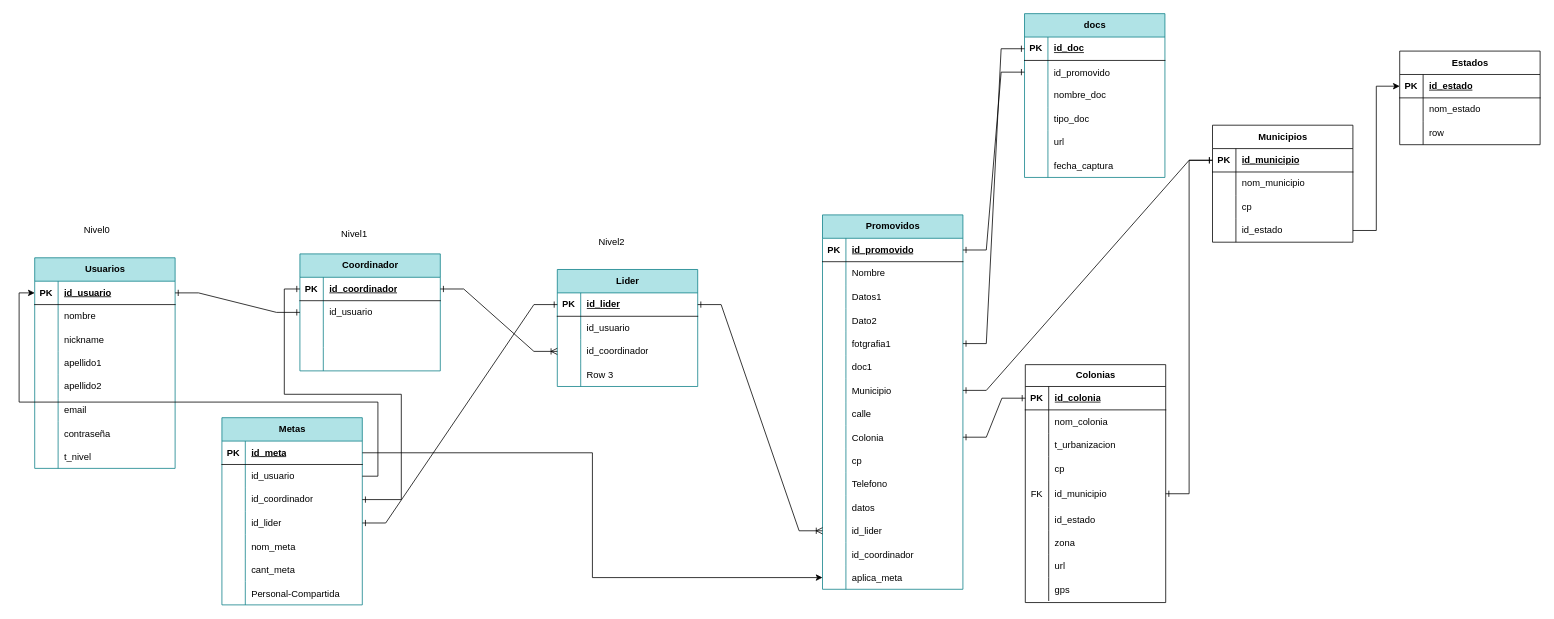
PatoArteaga/devsolutions.com.mx keeps this draw.io diagram as Fundacion/Resources/Modelo_ER.drawio. Above is the earlier version. Source tidied: cells renumbered, new cells numbered last; positions are measured from the earlier drawing's top-left corner, leaving out a move shared by most shapes. Both pictures are drawn from the tidied source at 78%, with x=0, y=0 at pixel (19, 13).
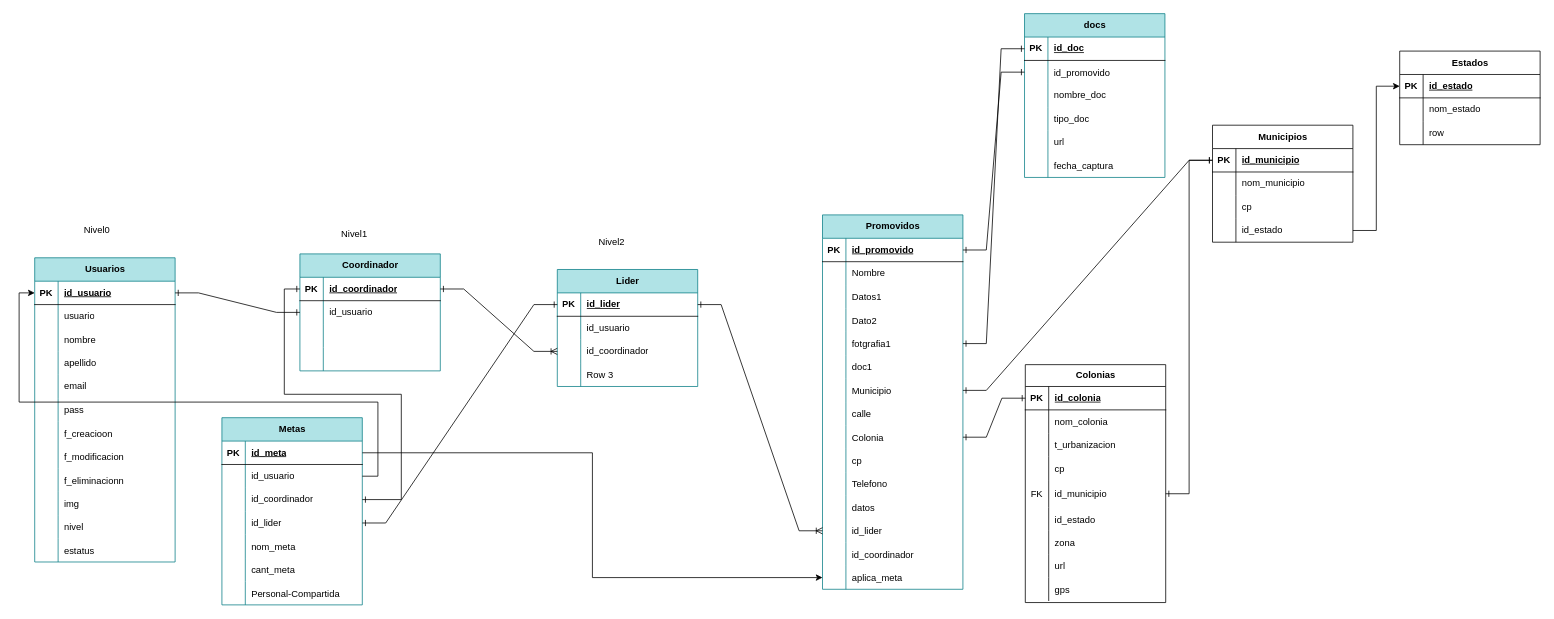
Above is the later version.

The change refers to these unchanged cells:
```xml
<mxCell id="6" style="shape=tableRow;horizontal=0;startSize=0;swimlaneHead=0;swimlaneBody=0;fillColor=none;top=0;left=0;right=0;bottom=0;" parent="2" vertex="1">
  <mxGeometry y="60" width="180" height="30" as="geometry" />
</mxCell>
<mxCell id="9" style="shape=tableRow;horizontal=0;startSize=0;swimlaneHead=0;swimlaneBody=0;fillColor=none;top=0;left=0;right=0;bottom=0;" parent="2" vertex="1">
  <mxGeometry y="90" width="180" height="30" as="geometry" />
</mxCell>
<mxCell id="12" style="shape=tableRow;horizontal=0;startSize=0;swimlaneHead=0;swimlaneBody=0;fillColor=none;top=0;left=0;right=0;bottom=0;" parent="2" vertex="1">
  <mxGeometry y="120" width="180" height="30" as="geometry" />
</mxCell>
<mxCell id="15" style="shape=tableRow;horizontal=0;startSize=0;swimlaneHead=0;swimlaneBody=0;fillColor=none;top=0;left=0;right=0;bottom=0;" parent="2" vertex="1">
  <mxGeometry y="150" width="180" height="30" as="geometry" />
</mxCell>
<mxCell id="18" style="shape=tableRow;horizontal=0;startSize=0;swimlaneHead=0;swimlaneBody=0;fillColor=none;top=0;left=0;right=0;bottom=0;" parent="2" vertex="1">
  <mxGeometry y="180" width="180" height="30" as="geometry" />
</mxCell>
<mxCell id="21" style="shape=tableRow;horizontal=0;startSize=0;swimlaneHead=0;swimlaneBody=0;fillColor=none;top=0;left=0;right=0;bottom=0;" parent="2" vertex="1">
  <mxGeometry y="210" width="180" height="30" as="geometry" />
</mxCell>
<mxCell id="24" style="shape=tableRow;horizontal=0;startSize=0;swimlaneHead=0;swimlaneBody=0;fillColor=none;top=0;left=0;right=0;bottom=0;" parent="2" vertex="1">
  <mxGeometry y="240" width="180" height="30" as="geometry" />
</mxCell>
```

Diff of the diagram source:
```diff
@@
     <mxCell id="2" value="Usuarios" style="shape=table;startSize=30;childLayout=tableLayout;rowLines=0;fontStyle=1;align=center;html=1;fillColor=#b0e3e6;strokeColor=#0e8088;gradientColor=none;" parent="1" vertex="1">
-      <mxGeometry x="20" y="313" width="180" height="270" as="geometry" />
+      <mxGeometry x="20" y="313" width="180" height="390" as="geometry" />
     </mxCell>
@@
-    <mxCell id="8" value="nombre" style="shape=partialRectangle;fillColor=none;top=0;left=0;bottom=0;right=0;align=left;spacingLeft=6;overflow=hidden;whiteSpace=wrap;html=1;" parent="6" vertex="1">
+    <mxCell id="8" value="usuario" style="shape=partialRectangle;fillColor=none;top=0;left=0;bottom=0;right=0;align=left;spacingLeft=6;overflow=hidden;whiteSpace=wrap;html=1;" parent="6" vertex="1">
       <mxGeometry x="30" width="150" height="30" as="geometry" />
     </mxCell>
@@
-    <mxCell id="11" value="nickname" style="shape=partialRectangle;fillColor=none;top=0;left=0;bottom=0;right=0;align=left;spacingLeft=6;overflow=hidden;" parent="9" vertex="1">
+    <mxCell id="11" value="nombre" style="shape=partialRectangle;fillColor=none;top=0;left=0;bottom=0;right=0;align=left;spacingLeft=6;overflow=hidden;" parent="9" vertex="1">
       <mxGeometry x="30" width="150" height="30" as="geometry" />
     </mxCell>
@@
-    <mxCell id="14" value="apellido1" style="shape=partialRectangle;fillColor=none;top=0;left=0;bottom=0;right=0;align=left;spacingLeft=6;overflow=hidden;whiteSpace=wrap;html=1;" parent="12" vertex="1">
+    <mxCell id="14" value="apellido" style="shape=partialRectangle;fillColor=none;top=0;left=0;bottom=0;right=0;align=left;spacingLeft=6;overflow=hidden;whiteSpace=wrap;html=1;" parent="12" vertex="1">
       <mxGeometry x="30" width="150" height="30" as="geometry" />
     </mxCell>
@@
-    <mxCell id="17" value="apellido2" style="shape=partialRectangle;fillColor=none;top=0;left=0;bottom=0;right=0;align=left;spacingLeft=6;overflow=hidden;whiteSpace=wrap;html=1;" parent="15" vertex="1">
+    <mxCell id="17" value="email" style="shape=partialRectangle;fillColor=none;top=0;left=0;bottom=0;right=0;align=left;spacingLeft=6;overflow=hidden;whiteSpace=wrap;html=1;" parent="15" vertex="1">
       <mxGeometry x="30" width="150" height="30" as="geometry" />
     </mxCell>
@@
-    <mxCell id="20" value="email" style="shape=partialRectangle;fillColor=none;top=0;left=0;bottom=0;right=0;align=left;spacingLeft=6;overflow=hidden;" parent="18" vertex="1">
+    <mxCell id="20" value="pass" style="shape=partialRectangle;fillColor=none;top=0;left=0;bottom=0;right=0;align=left;spacingLeft=6;overflow=hidden;" parent="18" vertex="1">
       <mxGeometry x="30" width="150" height="30" as="geometry" />
     </mxCell>
@@
-    <mxCell id="23" value="contraseña" style="shape=partialRectangle;fillColor=none;top=0;left=0;bottom=0;right=0;align=left;spacingLeft=6;overflow=hidden;" parent="21" vertex="1">
+    <mxCell id="23" value="f_creacioon" style="shape=partialRectangle;fillColor=none;top=0;left=0;bottom=0;right=0;align=left;spacingLeft=6;overflow=hidden;" parent="21" vertex="1">
       <mxGeometry x="30" width="150" height="30" as="geometry" />
     </mxCell>
@@
-    <mxCell id="26" value="t_nivel" style="shape=partialRectangle;fillColor=none;top=0;left=0;bottom=0;right=0;align=left;spacingLeft=6;overflow=hidden;" parent="24" vertex="1">
+    <mxCell id="26" value="f_modificacion" style="shape=partialRectangle;fillColor=none;top=0;left=0;bottom=0;right=0;align=left;spacingLeft=6;overflow=hidden;" parent="24" vertex="1">
       <mxGeometry x="30" width="150" height="30" as="geometry" />
     </mxCell>
+    <mxCell id="207" style="shape=tableRow;horizontal=0;startSize=0;swimlaneHead=0;swimlaneBody=0;fillColor=none;top=0;left=0;right=0;bottom=0;" parent="2" vertex="1">
+      <mxGeometry y="270" width="180" height="30" as="geometry" />
+    </mxCell>
+    <mxCell id="208" style="shape=partialRectangle;fillColor=none;top=0;left=0;bottom=0;right=0;overflow=hidden;" parent="207" vertex="1">
+      <mxGeometry width="30" height="30" as="geometry" />
+    </mxCell>
+    <mxCell id="209" value="f_eliminacionn" style="shape=partialRectangle;fillColor=none;top=0;left=0;bottom=0;right=0;align=left;spacingLeft=6;overflow=hidden;" parent="207" vertex="1">
+      <mxGeometry x="30" width="150" height="30" as="geometry" />
+    </mxCell>
+    <mxCell id="210" style="shape=tableRow;horizontal=0;startSize=0;swimlaneHead=0;swimlaneBody=0;fillColor=none;top=0;left=0;right=0;bottom=0;" parent="2" vertex="1">
+      <mxGeometry y="300" width="180" height="30" as="geometry" />
+    </mxCell>
+    <mxCell id="211" style="shape=partialRectangle;fillColor=none;top=0;left=0;bottom=0;right=0;overflow=hidden;" parent="210" vertex="1">
+      <mxGeometry width="30" height="30" as="geometry" />
+    </mxCell>
+    <mxCell id="212" value="img" style="shape=partialRectangle;fillColor=none;top=0;left=0;bottom=0;right=0;align=left;spacingLeft=6;overflow=hidden;" parent="210" vertex="1">
+      <mxGeometry x="30" width="150" height="30" as="geometry" />
+    </mxCell>
+    <mxCell id="213" style="shape=tableRow;horizontal=0;startSize=0;swimlaneHead=0;swimlaneBody=0;fillColor=none;top=0;left=0;right=0;bottom=0;" parent="2" vertex="1">
+      <mxGeometry y="330" width="180" height="30" as="geometry" />
+    </mxCell>
+    <mxCell id="214" style="shape=partialRectangle;fillColor=none;top=0;left=0;bottom=0;right=0;overflow=hidden;" parent="213" vertex="1">
+      <mxGeometry width="30" height="30" as="geometry" />
+    </mxCell>
+    <mxCell id="215" value="nivel" style="shape=partialRectangle;fillColor=none;top=0;left=0;bottom=0;right=0;align=left;spacingLeft=6;overflow=hidden;" parent="213" vertex="1">
+      <mxGeometry x="30" width="150" height="30" as="geometry" />
+    </mxCell>
+    <mxCell id="216" style="shape=tableRow;horizontal=0;startSize=0;swimlaneHead=0;swimlaneBody=0;fillColor=none;top=0;left=0;right=0;bottom=0;" parent="2" vertex="1">
+      <mxGeometry y="360" width="180" height="30" as="geometry" />
+    </mxCell>
+    <mxCell id="217" style="shape=partialRectangle;fillColor=none;top=0;left=0;bottom=0;right=0;overflow=hidden;" parent="216" vertex="1">
+      <mxGeometry width="30" height="30" as="geometry" />
+    </mxCell>
+    <mxCell id="218" value="estatus" style="shape=partialRectangle;fillColor=none;top=0;left=0;bottom=0;right=0;align=left;spacingLeft=6;overflow=hidden;" parent="216" vertex="1">
+      <mxGeometry x="30" width="150" height="30" as="geometry" />
+    </mxCell>
```
